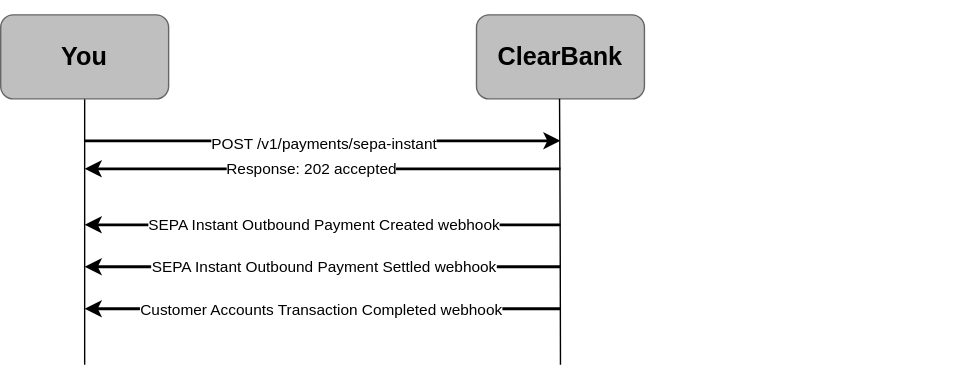
clearbank/clearbank.github.io keeps this draw.io diagram as static/assets/images/sct-inst-send-payment.svg. Above is the earlier version. Source tidied: cells renumbered, new cells last; positions are measured from the earlier drawing's top-left corner, leaving out a move shared by most shapes.
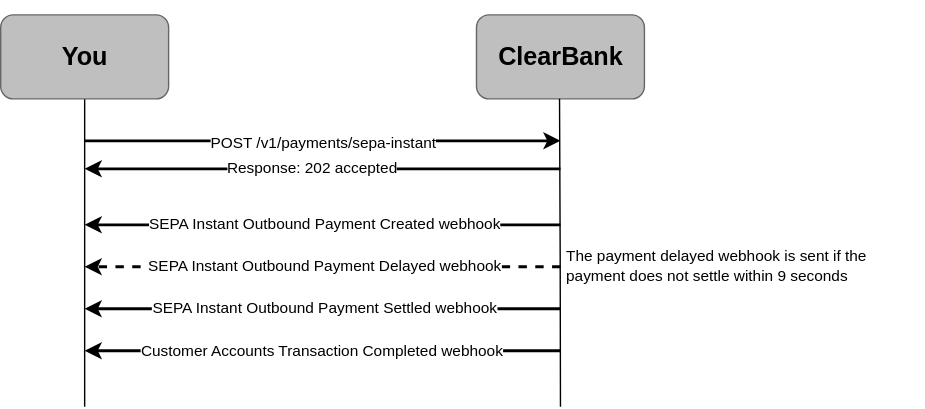
The same diagram one commit later.

Commit message:
amend diagrams and new sepa inst WH text

The edit, as a diff of the source:
```diff
@@ -2,83 +2,97 @@
   <root>
     <mxCell id="0" />
     <mxCell id="1" parent="0" />
-    <mxCell id="2" value="ClearBank" style="rounded=1;whiteSpace=wrap;html=1;strokeColor=#666666;fillColor=#BFBFBF;gradientColor=none;fontFamily=Arial;fontStyle=1;fontSize=18;" parent="1" vertex="1">
+    <mxCell id="2" value="ClearBank" style="rounded=1;whiteSpace=wrap;html=1;strokeColor=#666666;fillColor=#BFBFBF;gradientColor=none;fontFamily=Arial;fontStyle=1;fontSize=18;fontColor=#000000;" parent="1" vertex="1">
       <mxGeometry x="340" y="10" width="120" height="60" as="geometry" />
     </mxCell>
-    <mxCell id="3" style="endArrow=classic;html=1;rounded=0;strokeWidth=2;fontFamily=Arial;" parent="1" edge="1">
+    <mxCell id="3" style="endArrow=classic;html=1;rounded=0;strokeWidth=2;fontFamily=Arial;strokeColor=#000000;" parent="1" edge="1">
       <mxGeometry relative="1" as="geometry">
-        <mxPoint x="400" y="190" as="sourcePoint" />
-        <mxPoint x="60" y="190" as="targetPoint" />
+        <mxPoint x="400" y="220" as="sourcePoint" />
+        <mxPoint x="60" y="220" as="targetPoint" />
       </mxGeometry>
     </mxCell>
-    <mxCell id="4" value="&lt;div&gt;SEPA Instant Outbound Payment Settled webhook&lt;/div&gt;" style="edgeLabel;html=1;align=center;verticalAlign=middle;fontFamily=Arial;" parent="3" vertex="1">
+    <mxCell id="4" value="&lt;div&gt;SEPA Instant Outbound Payment Settled webhook&lt;/div&gt;" style="edgeLabel;html=1;align=center;verticalAlign=middle;fontFamily=Arial;fontColor=#000000;labelBackgroundColor=#FFFFFF;" parent="3" vertex="1">
       <mxGeometry x="0.09" y="-1" relative="1" as="geometry">
         <mxPoint x="15" as="offset" />
       </mxGeometry>
     </mxCell>
-    <mxCell id="5" style="edgeStyle=orthogonalEdgeStyle;rounded=0;orthogonalLoop=1;jettySize=auto;html=1;endArrow=none;endFill=0;fontFamily=Arial;" parent="1" edge="1">
+    <mxCell id="5" style="edgeStyle=orthogonalEdgeStyle;rounded=0;orthogonalLoop=1;jettySize=auto;html=1;endArrow=none;endFill=0;fontFamily=Arial;strokeColor=#000000;" parent="1" edge="1">
       <mxGeometry relative="1" as="geometry">
         <mxPoint x="399.3" y="70" as="sourcePoint" />
-        <mxPoint x="400" y="260" as="targetPoint" />
+        <mxPoint x="400" y="290" as="targetPoint" />
       </mxGeometry>
     </mxCell>
-    <mxCell id="6" style="edgeStyle=orthogonalEdgeStyle;rounded=0;jettySize=auto;html=1;endArrow=none;endFill=0;fontFamily=Arial;" parent="1" edge="1" source="7">
+    <mxCell id="6" style="edgeStyle=orthogonalEdgeStyle;rounded=0;jettySize=auto;html=1;endArrow=none;endFill=0;fontFamily=Arial;strokeColor=#000000;" parent="1" edge="1" source="7">
       <mxGeometry relative="1" as="geometry">
-        <mxPoint x="60" y="260" as="targetPoint" />
+        <mxPoint x="60" y="290" as="targetPoint" />
       </mxGeometry>
     </mxCell>
-    <mxCell id="7" value="You" style="rounded=1;whiteSpace=wrap;html=1;strokeColor=#666666;fillColor=#BFBFBF;gradientColor=none;fontFamily=Arial;fontStyle=1;fontSize=18;" parent="1" vertex="1">
+    <mxCell id="7" value="You" style="rounded=1;whiteSpace=wrap;html=1;strokeColor=#666666;fillColor=#BFBFBF;gradientColor=none;fontFamily=Arial;fontStyle=1;fontSize=18;fontColor=#000000;" parent="1" vertex="1">
       <mxGeometry y="10" width="120" height="60" as="geometry" />
     </mxCell>
-    <mxCell id="8" style="rounded=1;whiteSpace=wrap;html=1;fillColor=none;strokeColor=none;" parent="1" vertex="1">
-      <mxGeometry x="470" y="130" width="220" height="60" as="geometry" />
+    <mxCell id="8" style="rounded=1;whiteSpace=wrap;html=1;fillColor=#FFFFFF;strokeColor=none;" parent="1" vertex="1">
+      <mxGeometry x="440" y="80" width="220" height="60" as="geometry" />
     </mxCell>
     <mxCell id="9" style="rounded=0;whiteSpace=wrap;html=1;strokeColor=none;fillColor=none;fontFamily=Arial;" parent="1" vertex="1">
       <mxGeometry x="100" width="120" height="10" as="geometry" />
     </mxCell>
-    <mxCell id="10" style="endArrow=classic;html=1;rounded=0;strokeWidth=2;fontFamily=Arial;" parent="1" edge="1">
+    <mxCell id="10" style="endArrow=classic;html=1;rounded=0;strokeWidth=2;fontFamily=Arial;strokeColor=#000000;" parent="1" edge="1">
       <mxGeometry relative="1" as="geometry">
-        <mxPoint x="400" y="220" as="sourcePoint" />
-        <mxPoint x="60" y="220" as="targetPoint" />
+        <mxPoint x="400" y="250" as="sourcePoint" />
+        <mxPoint x="60" y="250" as="targetPoint" />
       </mxGeometry>
     </mxCell>
-    <mxCell id="11" value="Customer Accounts Transaction Completed webhook" style="edgeLabel;html=1;align=center;verticalAlign=middle;fontFamily=Arial;" parent="10" vertex="1">
+    <mxCell id="11" value="Customer Accounts Transaction Completed webhook" style="edgeLabel;html=1;align=center;verticalAlign=middle;fontFamily=Arial;fontColor=#000000;labelBackgroundColor=#FFFFFF;" parent="10" vertex="1">
       <mxGeometry x="0.09" y="-1" relative="1" as="geometry">
         <mxPoint x="13" y="1" as="offset" />
       </mxGeometry>
     </mxCell>
-    <mxCell id="12" style="endArrow=classic;html=1;rounded=0;strokeWidth=2;fontFamily=Arial;" parent="1" edge="1">
+    <mxCell id="12" style="endArrow=classic;html=1;rounded=0;strokeWidth=2;fontFamily=Arial;strokeColor=#000000;" parent="1" edge="1">
       <mxGeometry relative="1" as="geometry">
         <mxPoint x="60" y="100" as="sourcePoint" />
         <mxPoint x="400" y="100" as="targetPoint" />
       </mxGeometry>
     </mxCell>
-    <mxCell id="13" value="POST /v1/payments/sepa-instant" style="edgeLabel;html=1;align=center;verticalAlign=middle;fontFamily=Arial;" parent="12" vertex="1">
+    <mxCell id="13" value="POST /v1/payments/sepa-instant" style="edgeLabel;html=1;align=center;verticalAlign=middle;fontFamily=Arial;fontColor=#000000;labelBackgroundColor=#FFFFFF;" parent="12" vertex="1">
       <mxGeometry x="0.09" y="-1" relative="1" as="geometry">
         <mxPoint x="-15" as="offset" />
       </mxGeometry>
     </mxCell>
-    <mxCell id="14" style="endArrow=classic;html=1;rounded=0;strokeWidth=2;fontFamily=Arial;" parent="1" edge="1">
+    <mxCell id="14" style="endArrow=classic;html=1;rounded=0;strokeWidth=2;fontFamily=Arial;strokeColor=#000000;" parent="1" edge="1">
       <mxGeometry relative="1" as="geometry">
         <mxPoint x="400" y="120" as="sourcePoint" />
         <mxPoint x="60" y="120" as="targetPoint" />
       </mxGeometry>
     </mxCell>
-    <mxCell id="15" value="Response: 202 accepted" style="edgeLabel;html=1;align=center;verticalAlign=middle;fontFamily=Arial;" parent="14" vertex="1">
+    <mxCell id="15" value="Response: 202 accepted" style="edgeLabel;html=1;align=center;verticalAlign=middle;fontFamily=Arial;fontColor=#000000;labelBackgroundColor=#FFFFFF;" parent="14" vertex="1">
       <mxGeometry x="0.09" y="-1" relative="1" as="geometry">
         <mxPoint x="6" as="offset" />
       </mxGeometry>
     </mxCell>
-    <mxCell id="16" style="endArrow=classic;html=1;rounded=0;strokeWidth=2;fontFamily=Arial;" parent="1" edge="1">
+    <mxCell id="16" style="endArrow=classic;html=1;rounded=0;strokeWidth=2;fontFamily=Arial;strokeColor=#000000;" parent="1" edge="1">
       <mxGeometry relative="1" as="geometry">
         <mxPoint x="400" y="160" as="sourcePoint" />
         <mxPoint x="60" y="160" as="targetPoint" />
       </mxGeometry>
     </mxCell>
-    <mxCell id="17" value="&lt;div&gt;SEPA Instant Outbound Payment Created webhook&lt;/div&gt;" style="edgeLabel;html=1;align=center;verticalAlign=middle;fontFamily=Arial;" parent="16" vertex="1">
+    <mxCell id="17" value="&lt;div&gt;SEPA Instant Outbound Payment Created webhook&lt;/div&gt;" style="edgeLabel;html=1;align=center;verticalAlign=middle;fontFamily=Arial;fontColor=#000000;labelBackgroundColor=#FFFFFF;" parent="16" vertex="1">
       <mxGeometry x="0.09" y="-1" relative="1" as="geometry">
         <mxPoint x="15" as="offset" />
       </mxGeometry>
     </mxCell>
+    <mxCell id="18" style="endArrow=classic;html=1;rounded=0;strokeWidth=2;fontFamily=Arial;dashed=1;strokeColor=#000000;" parent="1" edge="1">
+      <mxGeometry relative="1" as="geometry">
+        <mxPoint x="400" y="190" as="sourcePoint" />
+        <mxPoint x="60" y="190" as="targetPoint" />
+      </mxGeometry>
+    </mxCell>
+    <mxCell id="19" value="&lt;div&gt;SEPA Instant Outbound Payment Delayed webhook&lt;/div&gt;" style="edgeLabel;html=1;align=center;verticalAlign=middle;fontFamily=Arial;fontColor=#000000;labelBackgroundColor=#FFFFFF;" parent="18" vertex="1">
+      <mxGeometry x="0.09" y="-1" relative="1" as="geometry">
+        <mxPoint x="15" as="offset" />
+      </mxGeometry>
+    </mxCell>
+    <mxCell id="20" value="The payment delayed webhook is sent if the payment does not settle within 9 seconds" style="text;html=1;align=left;verticalAlign=middle;whiteSpace=wrap;rounded=0;fontFamily=Arial;fontSize=11;fontColor=#000000;labelBackgroundColor=#FFFFFF;" parent="1" vertex="1">
+      <mxGeometry x="402" y="174" width="220" height="30" as="geometry" />
+    </mxCell>
   </root>
 </mxGraphModel>
```
